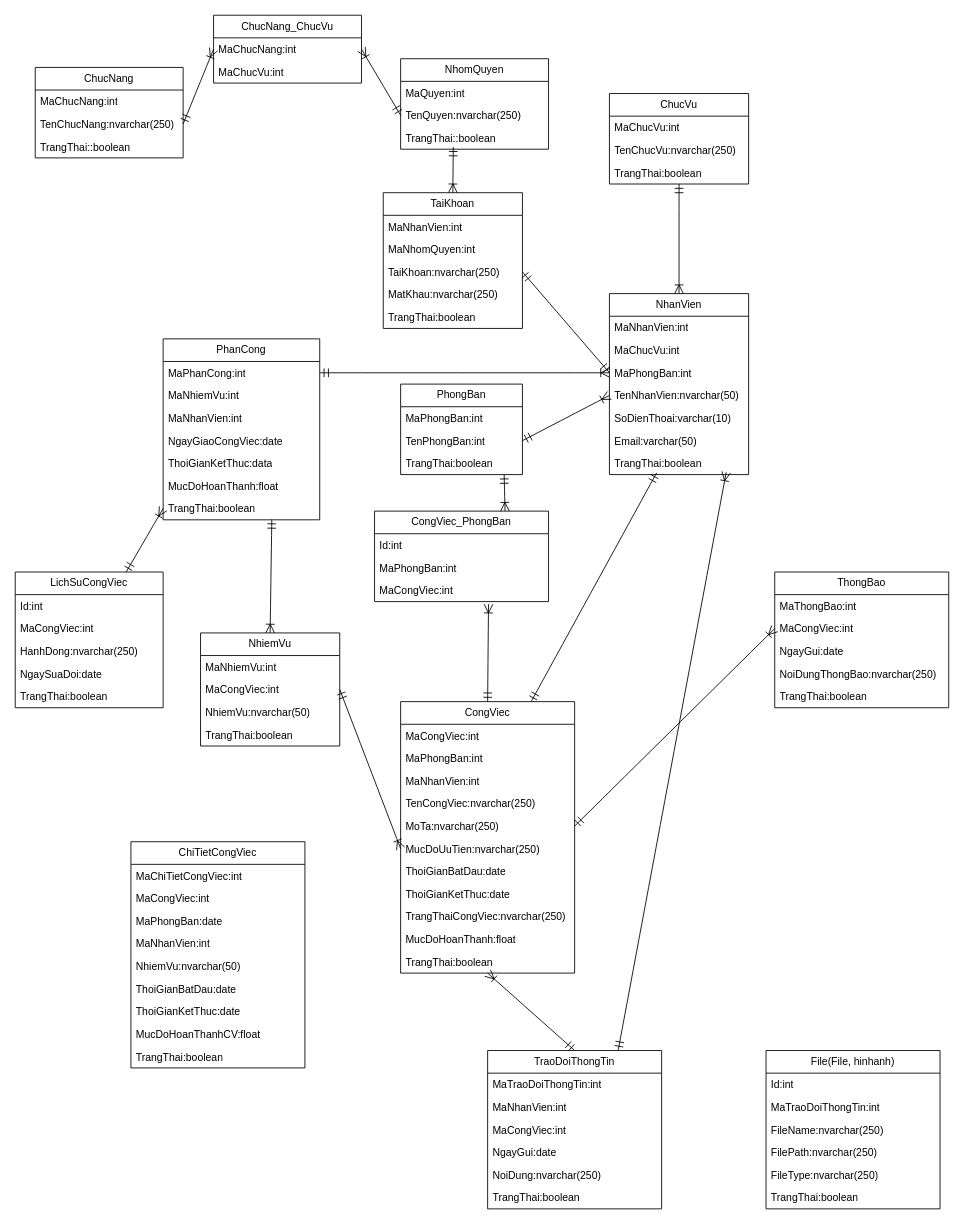
The draw.io diagram j2ee.drawio in maivantai2003/vercelDemo, before the edit. Source tidied: cells renumbered, new cells numbered last; positions are measured from the earlier drawing's top-left corner, leaving out a move shared by most shapes. Both pictures are drawn from the tidied source at 87%, with x=0, y=0 at pixel (15, 15).
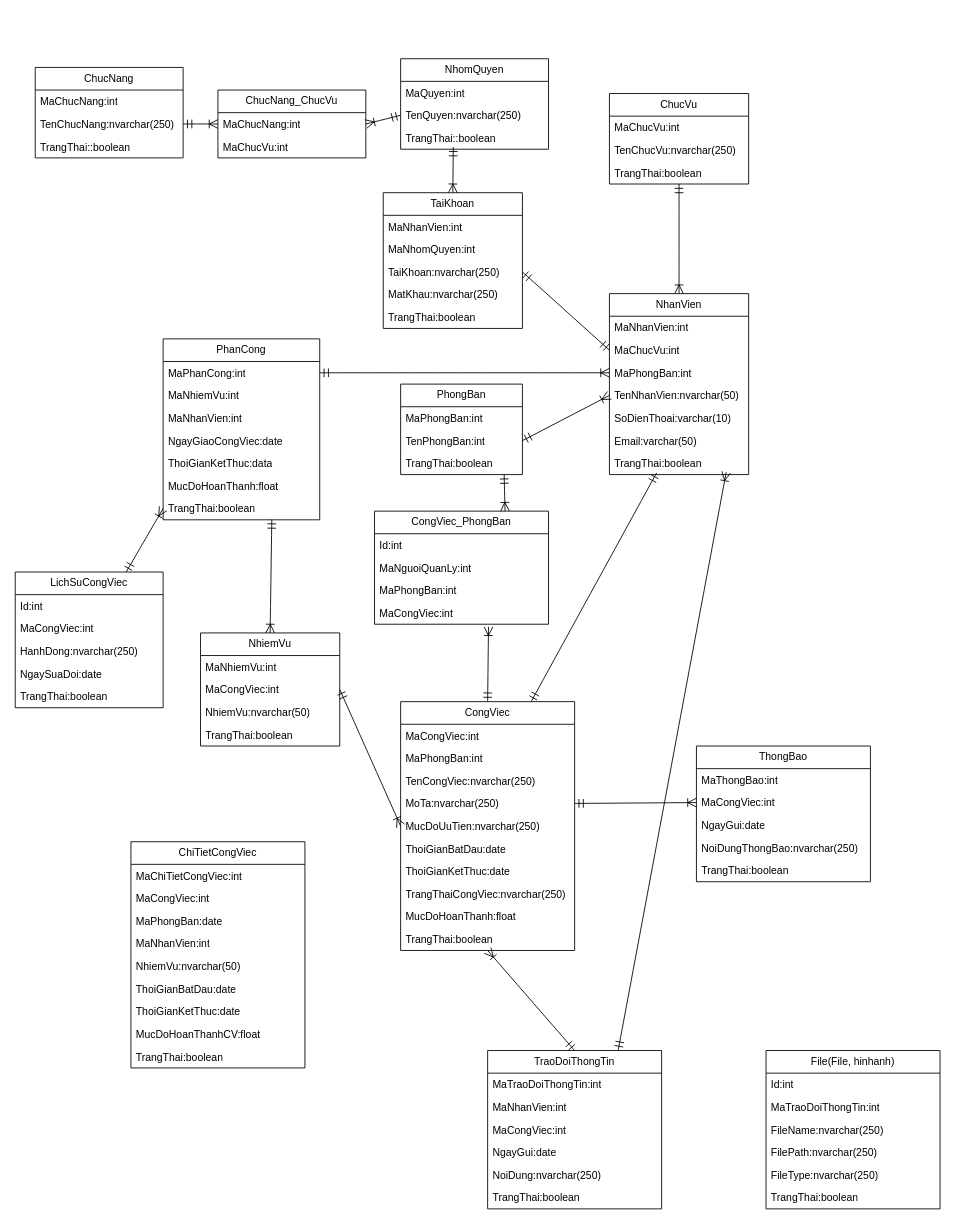
After the change.

Unchanged cells that the change refers to:
```xml
<mxCell id="5" value="TaiKhoan:nvarchar(250)" style="text;strokeColor=none;fillColor=none;align=left;verticalAlign=top;spacingLeft=4;spacingRight=4;overflow=hidden;points=[[0,0.5],[1,0.5]];portConstraint=eastwest;whiteSpace=wrap;html=1;" parent="2" vertex="1">
  <mxGeometry y="78" width="160" height="26" as="geometry" />
</mxCell>
<mxCell id="11" value="MaChucVu:int" style="text;strokeColor=none;fillColor=none;align=left;verticalAlign=top;spacingLeft=4;spacingRight=4;overflow=hidden;points=[[0,0.5],[1,0.5]];portConstraint=eastwest;whiteSpace=wrap;html=1;" parent="9" vertex="1">
  <mxGeometry y="52" width="160" height="26" as="geometry" />
</mxCell>
<mxCell id="12" value="MaPhongBan:int" style="text;strokeColor=none;fillColor=none;align=left;verticalAlign=top;spacingLeft=4;spacingRight=4;overflow=hidden;points=[[0,0.5],[1,0.5]];portConstraint=eastwest;whiteSpace=wrap;html=1;" parent="9" vertex="1">
  <mxGeometry y="78" width="160" height="26" as="geometry" />
</mxCell>
```

The edit, as a diff of the source:
```diff
@@
     <mxCell id="22" value="CongViec" style="swimlane;fontStyle=0;horizontal=1;startSize=26;fillColor=none;whiteSpace=wrap;html=1;" parent="1" vertex="1">
-      <mxGeometry x="443" y="789" width="200" height="312" as="geometry" />
+      <mxGeometry x="443" y="789" width="200" height="286" as="geometry" />
     </mxCell>
@@
-    <mxCell id="25" value="MaNhanVien:int" style="text;strokeColor=none;fillColor=none;align=left;verticalAlign=top;spacingLeft=4;spacingRight=4;overflow=hidden;whiteSpace=wrap;html=1;" parent="22" vertex="1">
-      <mxGeometry y="78" width="200" height="26" as="geometry" />
-    </mxCell>
     <mxCell id="26" value="TenCongViec:nvarchar(250)" style="text;strokeColor=none;fillColor=none;align=left;verticalAlign=top;spacingLeft=4;spacingRight=4;overflow=hidden;whiteSpace=wrap;html=1;" parent="22" vertex="1">
-      <mxGeometry y="104" width="200" height="26" as="geometry" />
+      <mxGeometry y="78" width="200" height="26" as="geometry" />
     </mxCell>
     <mxCell id="27" value="MoTa:nvarchar(250)" style="text;strokeColor=none;fillColor=none;align=left;verticalAlign=top;spacingLeft=4;spacingRight=4;overflow=hidden;points=[[0,0.5],[1,0.5]];portConstraint=eastwest;whiteSpace=wrap;html=1;" parent="22" vertex="1">
-      <mxGeometry y="130" width="200" height="26" as="geometry" />
+      <mxGeometry y="104" width="200" height="26" as="geometry" />
     </mxCell>
     <mxCell id="28" value="MucDoUuTien:nvarchar(250)" style="text;strokeColor=none;fillColor=none;align=left;verticalAlign=top;spacingLeft=4;spacingRight=4;overflow=hidden;points=[[0,0.5],[1,0.5]];portConstraint=eastwest;whiteSpace=wrap;html=1;" parent="22" vertex="1">
-      <mxGeometry y="156" width="200" height="26" as="geometry" />
+      <mxGeometry y="130" width="200" height="26" as="geometry" />
     </mxCell>
     <mxCell id="29" value="ThoiGianBatDau:date" style="text;strokeColor=none;fillColor=none;align=left;verticalAlign=top;spacingLeft=4;spacingRight=4;overflow=hidden;whiteSpace=wrap;html=1;" parent="22" vertex="1">
-      <mxGeometry y="182" width="200" height="26" as="geometry" />
+      <mxGeometry y="156" width="200" height="26" as="geometry" />
     </mxCell>
     <mxCell id="30" value="ThoiGianKetThuc:date" style="text;strokeColor=none;fillColor=none;align=left;verticalAlign=top;spacingLeft=4;spacingRight=4;overflow=hidden;whiteSpace=wrap;html=1;" parent="22" vertex="1">
-      <mxGeometry y="208" width="200" height="26" as="geometry" />
+      <mxGeometry y="182" width="200" height="26" as="geometry" />
     </mxCell>
     <mxCell id="31" value="TrangThaiCongViec:nvarchar(250)" style="text;strokeColor=none;fillColor=none;align=left;verticalAlign=top;spacingLeft=4;spacingRight=4;overflow=hidden;whiteSpace=wrap;html=1;" parent="22" vertex="1">
-      <mxGeometry y="234" width="200" height="26" as="geometry" />
+      <mxGeometry y="208" width="200" height="26" as="geometry" />
     </mxCell>
     <mxCell id="32" value="MucDoHoanThanh:float" style="text;strokeColor=none;fillColor=none;align=left;verticalAlign=top;spacingLeft=4;spacingRight=4;overflow=hidden;whiteSpace=wrap;html=1;" parent="22" vertex="1">
-      <mxGeometry y="260" width="200" height="26" as="geometry" />
+      <mxGeometry y="234" width="200" height="26" as="geometry" />
     </mxCell>
     <mxCell id="33" value="TrangThai:boolean" style="text;strokeColor=none;fillColor=none;align=left;verticalAlign=top;spacingLeft=4;spacingRight=4;overflow=hidden;whiteSpace=wrap;html=1;" parent="22" vertex="1">
-      <mxGeometry y="286" width="200" height="26" as="geometry" />
+      <mxGeometry y="260" width="200" height="26" as="geometry" />
     </mxCell>
     <mxCell id="34" value="ThongBao" style="swimlane;fontStyle=0;horizontal=1;startSize=26;fillColor=none;whiteSpace=wrap;html=1;" parent="1" vertex="1">
-      <mxGeometry x="873" y="640" width="200" height="156" as="geometry" />
+      <mxGeometry x="783" y="840" width="200" height="156" as="geometry" />
     </mxCell>
@@
-    <mxCell id="49" style="edgeStyle=none;curved=1;rounded=0;jettySize=auto;html=1;exitX=1;exitY=0.5;exitDx=0;exitDy=0;entryX=0;entryY=0.5;entryDx=0;entryDy=0;fontSize=12;startSize=8;endSize=8;startArrow=ERmandOne;startFill=0;endArrow=ERmandOne;endFill=0;" parent="1" edge="1" source="5" target="12">
+    <mxCell id="49" style="edgeStyle=none;curved=1;rounded=0;jettySize=auto;html=1;exitX=1;exitY=0.5;exitDx=0;exitDy=0;entryX=0;entryY=0.5;entryDx=0;entryDy=0;fontSize=12;startSize=8;endSize=8;startArrow=ERmandOne;startFill=0;endArrow=ERmandOne;endFill=0;" parent="1" edge="1" source="5" target="11">
       <mxGeometry relative="1" as="geometry" />
     </mxCell>
@@
     <mxCell id="67" value="ChucNang_ChucVu" style="swimlane;fontStyle=0;horizontal=1;startSize=26;fillColor=none;whiteSpace=wrap;html=1;" parent="1" vertex="1">
-      <mxGeometry x="228" width="170" height="78" as="geometry" />
+      <mxGeometry x="233" y="86" width="170" height="78" as="geometry" />
     </mxCell>
@@
     <mxCell id="111" value="CongViec_PhongBan" style="swimlane;fontStyle=0;horizontal=1;startSize=26;fillColor=none;whiteSpace=wrap;html=1;" parent="1" vertex="1">
-      <mxGeometry x="413" y="570" width="200" height="104" as="geometry" />
+      <mxGeometry x="413" y="570" width="200" height="130" as="geometry" />
     </mxCell>
@@
+    <mxCell id="117" value="MaNguoiQuanLy:int" style="text;strokeColor=none;fillColor=none;align=left;verticalAlign=top;spacingLeft=4;spacingRight=4;overflow=hidden;whiteSpace=wrap;html=1;" parent="111" vertex="1">
+      <mxGeometry y="52" width="200" height="26" as="geometry" />
+    </mxCell>
     <mxCell id="113" value="MaPhongBan:int" style="text;strokeColor=none;fillColor=none;align=left;verticalAlign=top;spacingLeft=4;spacingRight=4;overflow=hidden;whiteSpace=wrap;html=1;" parent="111" vertex="1">
-      <mxGeometry y="52" width="200" height="26" as="geometry" />
+      <mxGeometry y="78" width="200" height="26" as="geometry" />
     </mxCell>
     <mxCell id="114" value="MaCongViec:int" style="text;strokeColor=none;fillColor=none;align=left;verticalAlign=top;spacingLeft=4;spacingRight=4;overflow=hidden;points=[[0,0.5],[1,0.5]];portConstraint=eastwest;whiteSpace=wrap;html=1;" parent="111" vertex="1">
-      <mxGeometry y="78" width="200" height="26" as="geometry" />
+      <mxGeometry y="104" width="200" height="26" as="geometry" />
     </mxCell>
```
